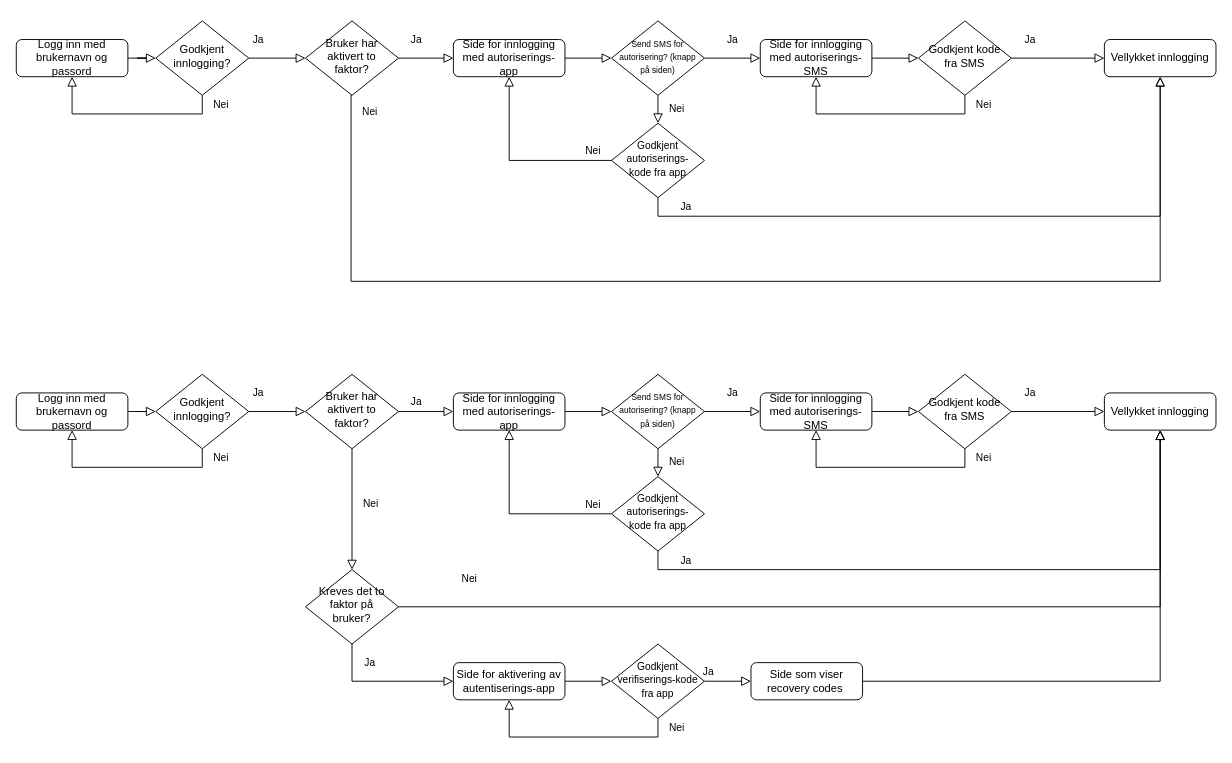
Earlier version of the draw.io diagram Untitled Diagram.drawio (Andreaskaa/sso_dummy). Source tidied: cells renumbered, new cells numbered last; positions are measured from the earlier drawing's top-left corner, leaving out a move shared by most shapes. Both pictures are drawn from the tidied source at 93%, with x=0, y=0 at pixel (16, 20).
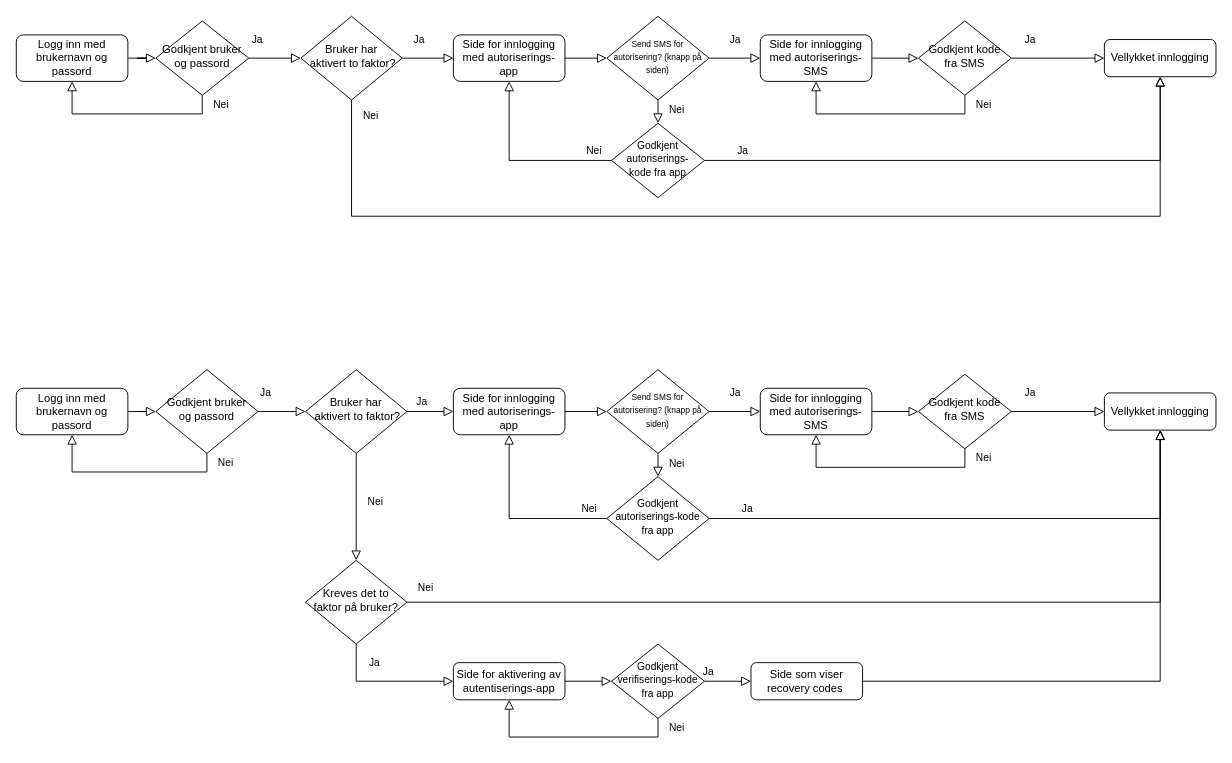
The same page after the edit.

Commit message:
Endret størrelser

Unchanged cells that the change refers to:
```xml
<mxCell id="15" value="&lt;font style=&quot;font-size: 11px&quot;&gt;Godkjent autoriserings-kode fra app&lt;/font&gt;" style="rhombus;whiteSpace=wrap;html=1;shadow=0;fontFamily=Helvetica;fontSize=12;align=center;strokeWidth=1;spacing=6;spacingTop=-4;" parent="1" vertex="1">
  <mxGeometry x="640" y="110" width="100" height="80" as="geometry" />
</mxCell>
<mxCell id="23" value="Vellykket innlogging" style="rounded=1;whiteSpace=wrap;html=1;fontSize=12;glass=0;strokeWidth=1;shadow=0;" parent="1" vertex="1">
  <mxGeometry x="1170" y="20" width="120" height="40" as="geometry" />
</mxCell>
<mxCell id="44" value="Vellykket innlogging" style="rounded=1;whiteSpace=wrap;html=1;fontSize=12;glass=0;strokeWidth=1;shadow=0;" parent="1" vertex="1">
  <mxGeometry x="1170" y="400" width="120" height="40" as="geometry" />
</mxCell>
```

The edit, as a diff of the source:
```diff
@@
     <mxCell id="3" value="Logg inn med brukernavn og passord" style="rounded=1;whiteSpace=wrap;html=1;fontSize=12;glass=0;strokeWidth=1;shadow=0;" parent="1" vertex="1">
-      <mxGeometry y="20" width="120" height="40" as="geometry" />
+      <mxGeometry y="15" width="120" height="50" as="geometry" />
     </mxCell>
@@
-    <mxCell id="6" value="Godkjent innlogging?" style="rhombus;whiteSpace=wrap;html=1;shadow=0;fontFamily=Helvetica;fontSize=12;align=center;strokeWidth=1;spacing=6;spacingTop=-4;" parent="1" vertex="1">
+    <mxCell id="6" value="Godkjent bruker og passord" style="rhombus;whiteSpace=wrap;html=1;shadow=0;fontFamily=Helvetica;fontSize=12;align=center;strokeWidth=1;spacing=6;spacingTop=-4;" parent="1" vertex="1">
       <mxGeometry x="150" width="100" height="80" as="geometry" />
     </mxCell>
-    <mxCell id="7" value="Bruker har aktivert to faktor?" style="rhombus;whiteSpace=wrap;html=1;shadow=0;fontFamily=Helvetica;fontSize=12;align=center;strokeWidth=1;spacing=6;spacingTop=-4;" parent="1" vertex="1">
-      <mxGeometry x="311" width="100" height="80" as="geometry" />
+    <mxCell id="7" value="Bruker har&lt;br&gt;&amp;nbsp;aktivert to faktor?" style="rhombus;whiteSpace=wrap;html=1;shadow=0;fontFamily=Helvetica;fontSize=12;align=center;strokeWidth=1;spacing=6;spacingTop=-4;" parent="1" vertex="1">
+      <mxGeometry x="306" y="-5" width="109" height="90" as="geometry" />
     </mxCell>
@@
     <mxCell id="9" value="Nei" style="edgeStyle=orthogonalEdgeStyle;rounded=0;html=1;jettySize=auto;fontSize=11;endArrow=block;endFill=0;endSize=8;strokeWidth=1;shadow=0;labelBackgroundColor=none;exitX=0.5;exitY=1;exitDx=0;exitDy=0;entryX=0.5;entryY=1;entryDx=0;entryDy=0;" parent="1" edge="1" source="7" target="23">
       <mxGeometry x="-0.97" y="20" relative="1" as="geometry">
         <Array as="points">
-          <mxPoint x="360" y="280" />
-          <mxPoint x="1230" y="280" />
+          <mxPoint x="361" y="210" />
+          <mxPoint x="1230" y="210" />
         </Array>
       </mxGeometry>
     </mxCell>
     <mxCell id="10" value="Side for innlogging med autoriserings-app" style="rounded=1;whiteSpace=wrap;html=1;fontSize=12;glass=0;strokeWidth=1;shadow=0;" parent="1" vertex="1">
-      <mxGeometry x="470" y="20" width="120" height="40" as="geometry" />
+      <mxGeometry x="470" y="15" width="120" height="50" as="geometry" />
     </mxCell>
     <mxCell id="11" value="&lt;font style=&quot;font-size: 9px&quot;&gt;Send SMS for autorisering? (knapp på siden)&lt;/font&gt;" style="rhombus;whiteSpace=wrap;html=1;shadow=0;fontFamily=Helvetica;fontSize=12;align=center;strokeWidth=1;spacing=6;spacingTop=-4;" parent="1" vertex="1">
-      <mxGeometry x="640" width="100" height="80" as="geometry" />
+      <mxGeometry x="635" y="-5" width="110" height="90" as="geometry" />
     </mxCell>
@@
-    <mxCell id="16" value="Ja" style="rounded=0;html=1;jettySize=auto;fontSize=11;endArrow=block;endFill=0;endSize=8;strokeWidth=1;shadow=0;labelBackgroundColor=none;edgeStyle=orthogonalEdgeStyle;exitX=0.5;exitY=1;exitDx=0;exitDy=0;entryX=0.5;entryY=1;entryDx=0;entryDy=0;" parent="1" edge="1" source="15" target="23">
+    <mxCell id="16" value="Ja" style="rounded=0;html=1;jettySize=auto;fontSize=11;endArrow=block;endFill=0;endSize=8;strokeWidth=1;shadow=0;labelBackgroundColor=none;edgeStyle=orthogonalEdgeStyle;exitX=1;exitY=0.5;exitDx=0;exitDy=0;entryX=0.5;entryY=1;entryDx=0;entryDy=0;" parent="1" edge="1" source="15" target="23">
       <mxGeometry x="-0.86" y="10" relative="1" as="geometry" />
     </mxCell>
@@
     <mxCell id="18" value="Side for innlogging med autoriserings-SMS" style="rounded=1;whiteSpace=wrap;html=1;fontSize=12;glass=0;strokeWidth=1;shadow=0;" parent="1" vertex="1">
-      <mxGeometry x="800" y="20" width="120" height="40" as="geometry" />
+      <mxGeometry x="800" y="15" width="120" height="50" as="geometry" />
     </mxCell>
@@
     <mxCell id="25" value="Logg inn med brukernavn og passord" style="rounded=1;whiteSpace=wrap;html=1;fontSize=12;glass=0;strokeWidth=1;shadow=0;" parent="1" vertex="1">
-      <mxGeometry y="400" width="120" height="40" as="geometry" />
+      <mxGeometry y="395" width="120" height="50" as="geometry" />
     </mxCell>
@@
-    <mxCell id="28" value="Godkjent innlogging?" style="rhombus;whiteSpace=wrap;html=1;shadow=0;fontFamily=Helvetica;fontSize=12;align=center;strokeWidth=1;spacing=6;spacingTop=-4;" parent="1" vertex="1">
-      <mxGeometry x="150" y="380" width="100" height="80" as="geometry" />
+    <mxCell id="28" value="Godkjent bruker og passord" style="rhombus;whiteSpace=wrap;html=1;shadow=0;fontFamily=Helvetica;fontSize=12;align=center;strokeWidth=1;spacing=6;spacingTop=-4;" parent="1" vertex="1">
+      <mxGeometry x="150" y="375" width="110" height="90" as="geometry" />
     </mxCell>
-    <mxCell id="29" value="Bruker har aktivert to faktor?" style="rhombus;whiteSpace=wrap;html=1;shadow=0;fontFamily=Helvetica;fontSize=12;align=center;strokeWidth=1;spacing=6;spacingTop=-4;" parent="1" vertex="1">
-      <mxGeometry x="311" y="380" width="100" height="80" as="geometry" />
+    <mxCell id="29" value="Bruker har&lt;br&gt;&amp;nbsp;aktivert to faktor?" style="rhombus;whiteSpace=wrap;html=1;shadow=0;fontFamily=Helvetica;fontSize=12;align=center;strokeWidth=1;spacing=6;spacingTop=-4;" parent="1" vertex="1">
+      <mxGeometry x="311" y="375" width="109" height="90" as="geometry" />
     </mxCell>
@@
     <mxCell id="31" value="Side for innlogging med autoriserings-app" style="rounded=1;whiteSpace=wrap;html=1;fontSize=12;glass=0;strokeWidth=1;shadow=0;" parent="1" vertex="1">
-      <mxGeometry x="470" y="400" width="120" height="40" as="geometry" />
+      <mxGeometry x="470" y="395" width="120" height="50" as="geometry" />
     </mxCell>
     <mxCell id="32" value="&lt;font style=&quot;font-size: 9px&quot;&gt;Send SMS for autorisering? (knapp på siden)&lt;/font&gt;" style="rhombus;whiteSpace=wrap;html=1;shadow=0;fontFamily=Helvetica;fontSize=12;align=center;strokeWidth=1;spacing=6;spacingTop=-4;" parent="1" vertex="1">
-      <mxGeometry x="640" y="380" width="100" height="80" as="geometry" />
+      <mxGeometry x="635" y="375" width="110" height="90" as="geometry" />
     </mxCell>
@@
     <mxCell id="36" value="&lt;font style=&quot;font-size: 11px&quot;&gt;Godkjent autoriserings-kode fra app&lt;/font&gt;" style="rhombus;whiteSpace=wrap;html=1;shadow=0;fontFamily=Helvetica;fontSize=12;align=center;strokeWidth=1;spacing=6;spacingTop=-4;" parent="1" vertex="1">
-      <mxGeometry x="640" y="490" width="100" height="80" as="geometry" />
+      <mxGeometry x="635" y="490" width="110" height="90" as="geometry" />
     </mxCell>
-    <mxCell id="37" value="Ja" style="rounded=0;html=1;jettySize=auto;fontSize=11;endArrow=block;endFill=0;endSize=8;strokeWidth=1;shadow=0;labelBackgroundColor=none;edgeStyle=orthogonalEdgeStyle;exitX=0.5;exitY=1;exitDx=0;exitDy=0;entryX=0.5;entryY=1;entryDx=0;entryDy=0;" parent="1" edge="1" source="36" target="44">
+    <mxCell id="37" value="Ja" style="rounded=0;html=1;jettySize=auto;fontSize=11;endArrow=block;endFill=0;endSize=8;strokeWidth=1;shadow=0;labelBackgroundColor=none;edgeStyle=orthogonalEdgeStyle;exitX=1;exitY=0.5;exitDx=0;exitDy=0;entryX=0.5;entryY=1;entryDx=0;entryDy=0;" parent="1" edge="1" source="36" target="44">
       <mxGeometry x="-0.86" y="10" relative="1" as="geometry" />
     </mxCell>
@@
     <mxCell id="39" value="Side for innlogging med autoriserings-SMS" style="rounded=1;whiteSpace=wrap;html=1;fontSize=12;glass=0;strokeWidth=1;shadow=0;" parent="1" vertex="1">
-      <mxGeometry x="800" y="400" width="120" height="40" as="geometry" />
+      <mxGeometry x="800" y="395" width="120" height="50" as="geometry" />
     </mxCell>
@@
     <mxCell id="45" value="Kreves det to faktor på bruker?" style="rhombus;whiteSpace=wrap;html=1;shadow=0;fontFamily=Helvetica;fontSize=12;align=center;strokeWidth=1;spacing=6;spacingTop=-4;" parent="1" vertex="1">
-      <mxGeometry x="311" y="590" width="100" height="80" as="geometry" />
+      <mxGeometry x="311" y="580" width="109" height="90" as="geometry" />
     </mxCell>
@@
-    <mxCell id="47" value="Nei" style="edgeStyle=orthogonalEdgeStyle;rounded=0;html=1;jettySize=auto;fontSize=11;endArrow=block;endFill=0;endSize=8;strokeWidth=1;shadow=0;labelBackgroundColor=none;exitX=1;exitY=0.5;exitDx=0;exitDy=0;entryX=0.5;entryY=1;entryDx=0;entryDy=0;" parent="1" edge="1" source="45" target="44">
-      <mxGeometry x="-0.85" y="30" relative="1" as="geometry">
-        <Array as="points">
-          <mxPoint x="411" y="630" />
-          <mxPoint x="1230" y="630" />
-        </Array>
-      </mxGeometry>
-    </mxCell>
@@
+    <mxCell id="47" value="Nei" style="edgeStyle=orthogonalEdgeStyle;rounded=0;html=1;jettySize=auto;fontSize=11;endArrow=block;endFill=0;endSize=8;strokeWidth=1;shadow=0;labelBackgroundColor=none;exitX=1;exitY=0.5;exitDx=0;exitDy=0;entryX=0.5;entryY=1;entryDx=0;entryDy=0;" parent="1" edge="1" source="45" target="44">
+      <mxGeometry x="-0.96" y="15" relative="1" as="geometry" />
+    </mxCell>
```
